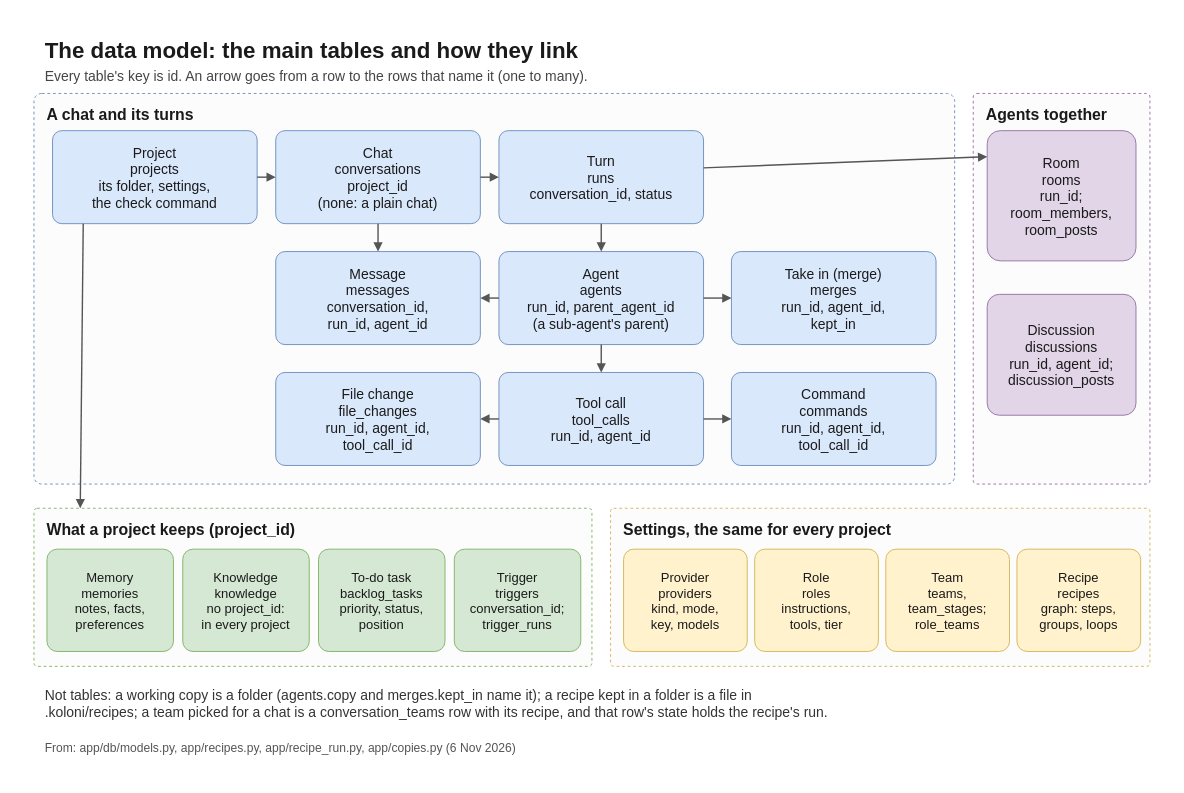
The draw.io diagram docs/diagrams/data-model.drawio in flyingriverhorse/Koloni, before the edit. Source tidied: cells renumbered, new cells numbered last; positions are measured from the earlier drawing's top-left corner, leaving out a move shared by most shapes. Both pictures are drawn from the tidied source at 93%, with x=0, y=0 at pixel (15, 15).
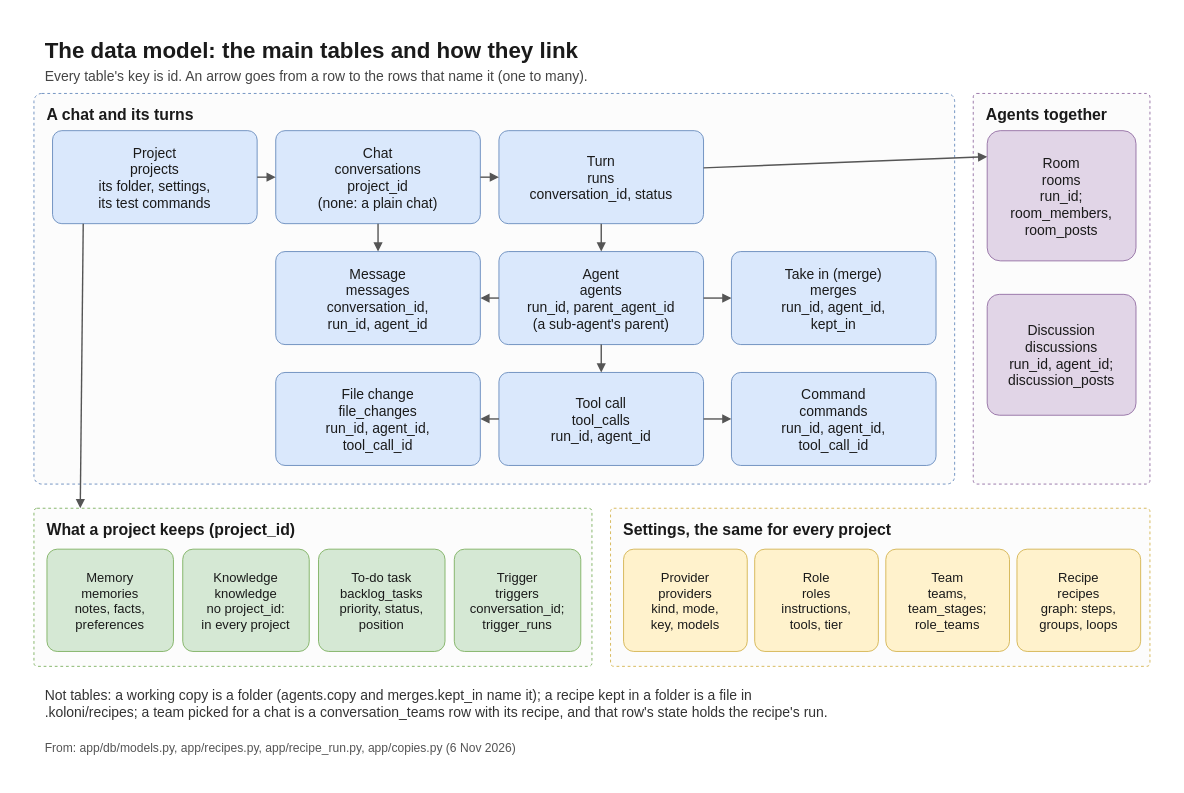
After the change.

Commit message (it also covers changes not shown here):
docs: Test before adding's command is not kept - write it on the map's whole-project row; whose command runs a sub-agent's tests

What changed in the source:
```diff
@@
-    <mxCell id="6" value="Project&#10;projects&#10;its folder, settings,&#10;the check command" style="rounded=1;arcSize=10;fillColor=#dae8fc;strokeColor=#6c8ebf;fontFamily=Helvetica;fontColor=#1a1a1a;fontSize=15;spacing=6;" parent="1" vertex="1">
+    <mxCell id="6" value="Project&#10;projects&#10;its folder, settings,&#10;its test commands" style="rounded=1;arcSize=10;fillColor=#dae8fc;strokeColor=#6c8ebf;fontFamily=Helvetica;fontColor=#1a1a1a;fontSize=15;spacing=6;" parent="1" vertex="1">
       <mxGeometry x="40" y="124" width="220" height="100" as="geometry" />
     </mxCell>
```
